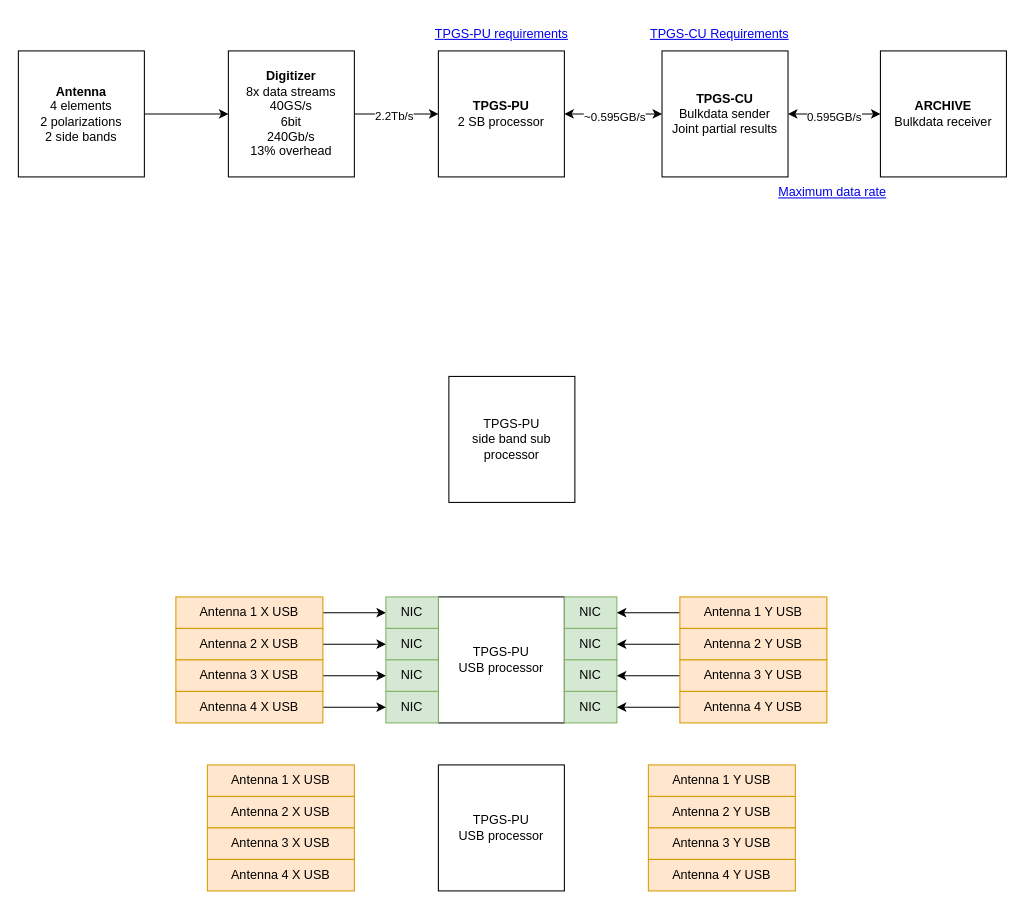
The draw.io diagram TPGS-PU.drawio in buena-pan/NAOJ_examples, before the edit. Source tidied: cells renumbered, new cells numbered last; positions are measured from the earlier drawing's top-left corner, leaving out a move shared by most shapes. Both pictures are drawn from the tidied source at 105%, with x=0, y=0 at pixel (18, 18).
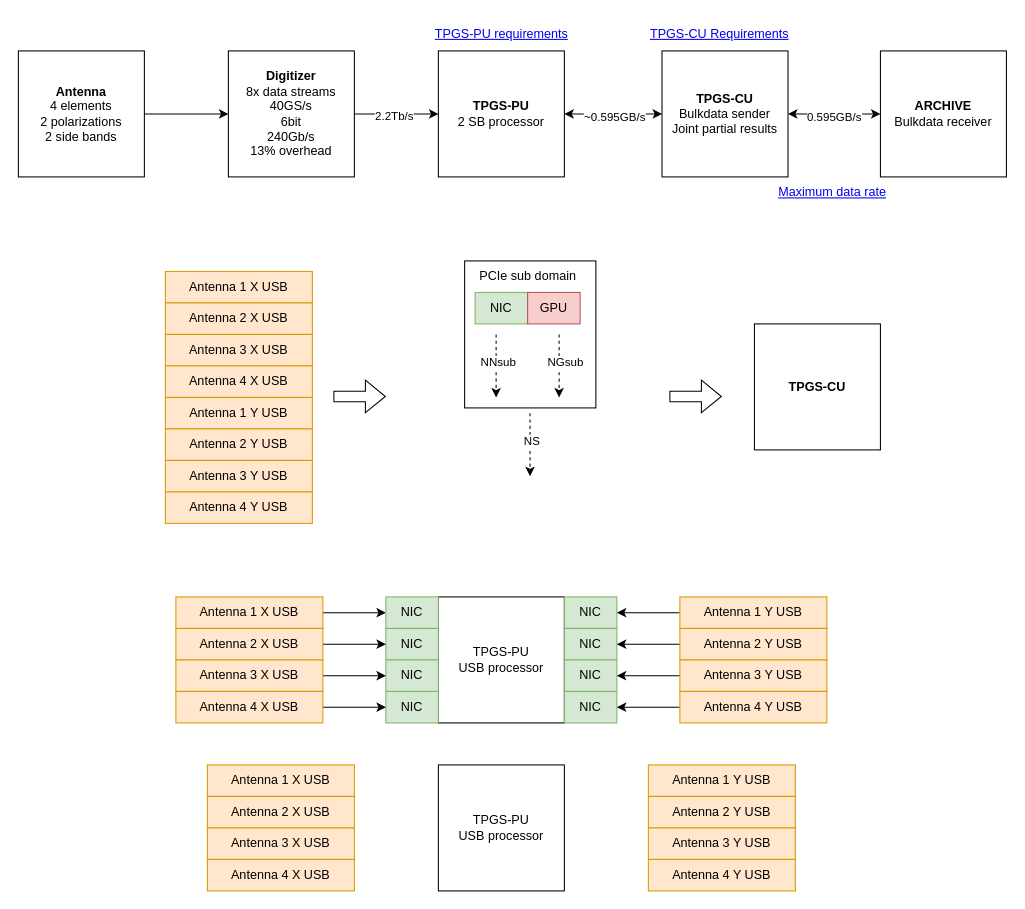
The same diagram, later.

The edit, as a diff of the source:
```diff
@@
-    <mxCell id="36" value="TPGS-PU&lt;div&gt;side band sub processor&lt;/div&gt;" style="whiteSpace=wrap;html=1;" parent="1" vertex="1">
-      <mxGeometry x="410" y="341" width="120" height="120" as="geometry" />
-    </mxCell>
@@
+    <mxCell id="52" value="Antenna 1 X USB" style="rounded=0;whiteSpace=wrap;html=1;fillColor=#ffe6cc;strokeColor=#d79b00;" parent="1" vertex="1">
+      <mxGeometry x="140" y="241" width="140" height="30" as="geometry" />
+    </mxCell>
+    <mxCell id="53" value="Antenna 2 X USB" style="rounded=0;whiteSpace=wrap;html=1;fillColor=#ffe6cc;strokeColor=#d79b00;" parent="1" vertex="1">
+      <mxGeometry x="140" y="271" width="140" height="30" as="geometry" />
+    </mxCell>
+    <mxCell id="54" value="Antenna 3 X USB" style="rounded=0;whiteSpace=wrap;html=1;fillColor=#ffe6cc;strokeColor=#d79b00;" parent="1" vertex="1">
+      <mxGeometry x="140" y="301" width="140" height="30" as="geometry" />
+    </mxCell>
+    <mxCell id="55" value="Antenna 4 X USB" style="rounded=0;whiteSpace=wrap;html=1;fillColor=#ffe6cc;strokeColor=#d79b00;" parent="1" vertex="1">
+      <mxGeometry x="140" y="331" width="140" height="30" as="geometry" />
+    </mxCell>
+    <mxCell id="56" value="Antenna 1 Y USB" style="rounded=0;whiteSpace=wrap;html=1;fillColor=#ffe6cc;strokeColor=#d79b00;" parent="1" vertex="1">
+      <mxGeometry x="140" y="361" width="140" height="30" as="geometry" />
+    </mxCell>
+    <mxCell id="57" value="Antenna 2 Y USB" style="rounded=0;whiteSpace=wrap;html=1;fillColor=#ffe6cc;strokeColor=#d79b00;" parent="1" vertex="1">
+      <mxGeometry x="140" y="391" width="140" height="30" as="geometry" />
+    </mxCell>
+    <mxCell id="58" value="Antenna 3 Y USB" style="rounded=0;whiteSpace=wrap;html=1;fillColor=#ffe6cc;strokeColor=#d79b00;" parent="1" vertex="1">
+      <mxGeometry x="140" y="421" width="140" height="30" as="geometry" />
+    </mxCell>
+    <mxCell id="59" value="Antenna 4 Y USB" style="rounded=0;whiteSpace=wrap;html=1;fillColor=#ffe6cc;strokeColor=#d79b00;" parent="1" vertex="1">
+      <mxGeometry x="140" y="451" width="140" height="30" as="geometry" />
+    </mxCell>
+    <mxCell id="60" value="&lt;b&gt;TPGS-CU&lt;/b&gt;" style="whiteSpace=wrap;html=1;" parent="1" vertex="1">
+      <mxGeometry x="701" y="291" width="120" height="120" as="geometry" />
+    </mxCell>
+    <mxCell id="61" style="shape=flexArrow;endArrow=classic;html=1;rounded=0;" parent="1" edge="1">
+      <mxGeometry relative="1" as="geometry">
+        <mxPoint x="300" y="360.1" as="sourcePoint" />
+        <mxPoint x="350" y="360.1" as="targetPoint" />
+      </mxGeometry>
+    </mxCell>
+    <mxCell id="62" style="shape=flexArrow;endArrow=classic;html=1;rounded=0;" parent="1" edge="1">
+      <mxGeometry relative="1" as="geometry">
+        <mxPoint x="620" y="360.1" as="sourcePoint" />
+        <mxPoint x="670" y="360.1" as="targetPoint" />
+      </mxGeometry>
+    </mxCell>
+    <mxCell id="63" style="rounded=0;whiteSpace=wrap;html=1;" parent="1" vertex="1">
+      <mxGeometry x="425" y="231" width="125" height="140" as="geometry" />
+    </mxCell>
+    <mxCell id="64" value="PCIe sub domain" style="text;html=1;align=center;verticalAlign=middle;strokeColor=none;fillColor=none;" parent="1" vertex="1">
+      <mxGeometry x="425" y="231" width="120" height="30" as="geometry" />
+    </mxCell>
+    <mxCell id="65" value="NIC" style="rounded=0;whiteSpace=wrap;html=1;fillColor=#d5e8d4;strokeColor=#82b366;" parent="1" vertex="1">
+      <mxGeometry x="435" y="261" width="50" height="30" as="geometry" />
+    </mxCell>
+    <mxCell id="66" value="GPU" style="rounded=0;whiteSpace=wrap;html=1;fillColor=#f8cecc;strokeColor=#b85450;" parent="1" vertex="1">
+      <mxGeometry x="485" y="261" width="50" height="30" as="geometry" />
+    </mxCell>
+    <mxCell id="67" style="endArrow=classic;html=1;rounded=0;dashed=1;" parent="1" edge="1">
+      <mxGeometry relative="1" as="geometry">
+        <mxPoint x="455" y="301" as="sourcePoint" />
+        <mxPoint x="455" y="361" as="targetPoint" />
+      </mxGeometry>
+    </mxCell>
+    <mxCell id="68" value="NNsub" style="edgeLabel;html=1;align=center;verticalAlign=middle;" parent="67" vertex="1">
+      <mxGeometry x="-0.13" y="1" relative="1" as="geometry" />
+    </mxCell>
+    <mxCell id="69" style="endArrow=classic;html=1;rounded=0;dashed=1;" parent="1" edge="1">
+      <mxGeometry relative="1" as="geometry">
+        <mxPoint x="515" y="301" as="sourcePoint" />
+        <mxPoint x="515" y="361" as="targetPoint" />
+      </mxGeometry>
+    </mxCell>
+    <mxCell id="70" value="NGsub" style="edgeLabel;html=1;align=center;verticalAlign=middle;" parent="69" vertex="1">
+      <mxGeometry x="-0.3" y="3" relative="1" as="geometry">
+        <mxPoint x="2" y="5" as="offset" />
+      </mxGeometry>
+    </mxCell>
+    <mxCell id="71" style="endArrow=classic;html=1;rounded=0;dashed=1;" parent="1" edge="1">
+      <mxGeometry relative="1" as="geometry">
+        <mxPoint x="487.3" y="376" as="sourcePoint" />
+        <mxPoint x="487.3" y="436" as="targetPoint" />
+      </mxGeometry>
+    </mxCell>
+    <mxCell id="72" value="NS" style="edgeLabel;html=1;align=center;verticalAlign=middle;" parent="71" vertex="1">
+      <mxGeometry x="-0.13" y="1" relative="1" as="geometry" />
+    </mxCell>
```
